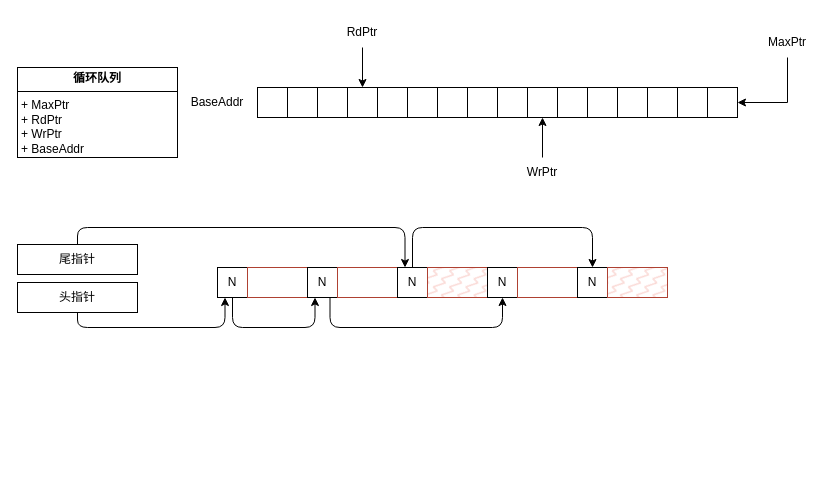
Earlier version of the draw.io diagram page "数据结构" (1 of 2) of qtv2.drawio (joliet0l/Diagram). Source tidied: cells renumbered, new cells numbered last; positions are measured from the earlier drawing's top-left corner, leaving out a move shared by most shapes. Both pictures are drawn from the tidied source at 100%, with x=0, y=0 at pixel (17, 17).
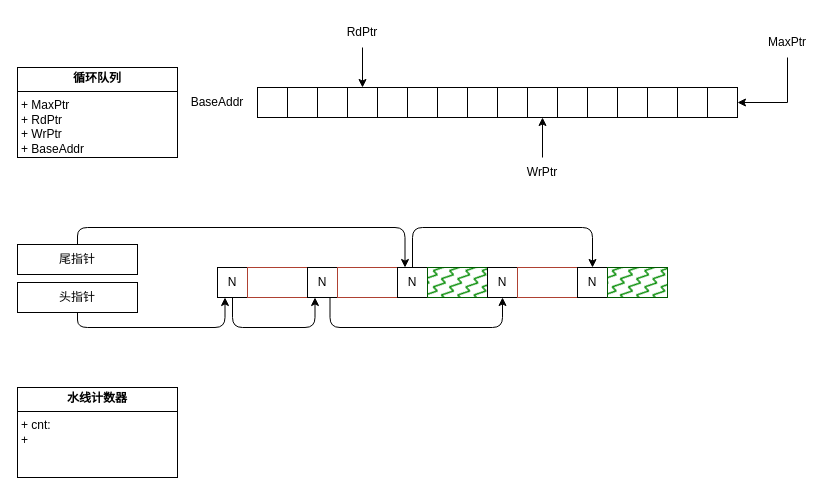
The same diagram, later.

The edit, as a diff of the source:
```diff
@@
-    <mxCell id="35" style="rounded=0;whiteSpace=wrap;html=1;fillStyle=zigzag-line;fillColor=#fad9d5;strokeColor=#ae4132;" parent="1" vertex="1">
+    <mxCell id="35" style="rounded=0;whiteSpace=wrap;html=1;fillStyle=zigzag-line;fillColor=#008a00;strokeColor=#005700;fontColor=#ffffff;" parent="1" vertex="1">
       <mxGeometry x="410" y="250" width="60" height="30" as="geometry" />
     </mxCell>
@@
-    <mxCell id="39" style="rounded=0;whiteSpace=wrap;html=1;fillStyle=zigzag-line;fillColor=#fad9d5;strokeColor=#ae4132;" parent="1" vertex="1">
+    <mxCell id="39" style="rounded=0;whiteSpace=wrap;html=1;fillStyle=zigzag-line;fillColor=#008a00;strokeColor=#005700;fontColor=#ffffff;" parent="1" vertex="1">
       <mxGeometry x="590" y="250" width="60" height="30" as="geometry" />
     </mxCell>
@@
+    <mxCell id="44" value="&lt;p style=&quot;margin:0px;margin-top:4px;text-align:center;&quot;&gt;&lt;b&gt;水线计数器&lt;/b&gt;&lt;/p&gt;&lt;hr size=&quot;1&quot; style=&quot;border-style:solid;&quot;&gt;&lt;p style=&quot;margin:0px;margin-left:4px;&quot;&gt;+ cnt:&amp;nbsp;&lt;/p&gt;&lt;p style=&quot;margin:0px;margin-left:4px;&quot;&gt;+&amp;nbsp;&lt;/p&gt;&lt;p style=&quot;margin:0px;margin-left:4px;&quot;&gt;&lt;br&gt;&lt;/p&gt;" style="verticalAlign=top;align=left;overflow=fill;html=1;whiteSpace=wrap;" parent="1" vertex="1">
+      <mxGeometry y="370" width="160" height="90" as="geometry" />
+    </mxCell>
```
